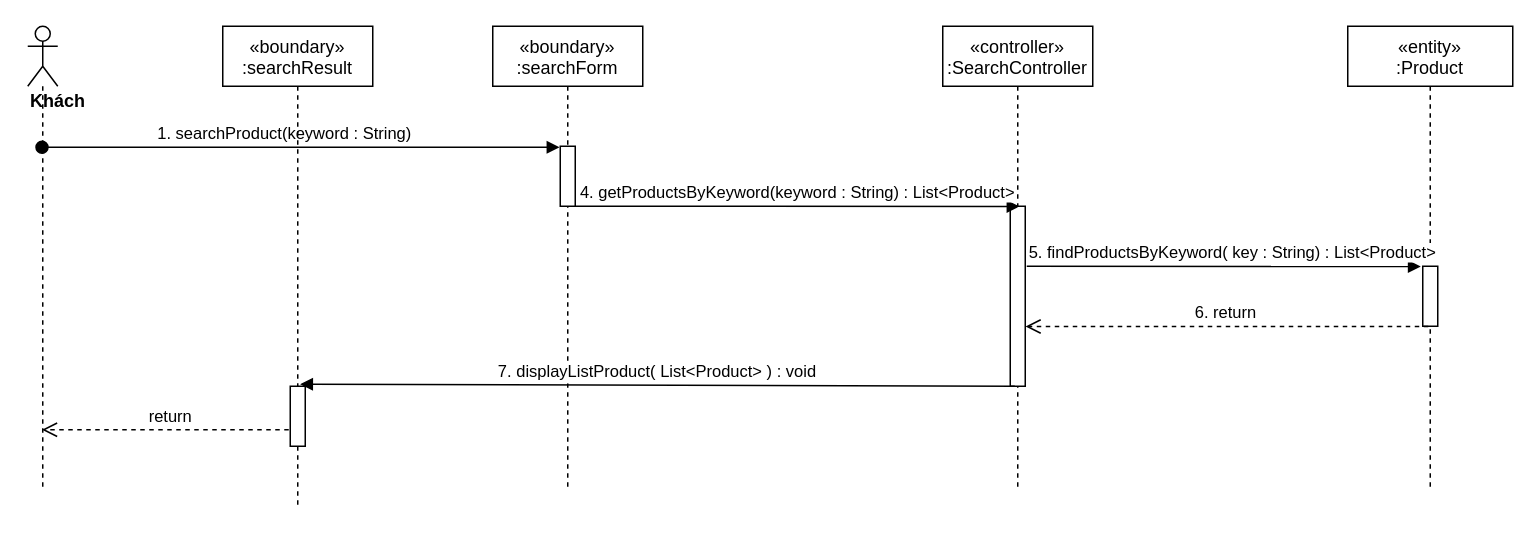
nguyenphamvan/datn_20202 keeps this draw.io diagram as sequence diagram/search-product-sequence.drawio. Above is the earlier version. Source tidied: cells renumbered, new cells numbered last; positions are measured from the earlier drawing's top-left corner, leaving out a move shared by most shapes. Both pictures are drawn from the tidied source at 150%, with x=0, y=0 at pixel (27, 26).
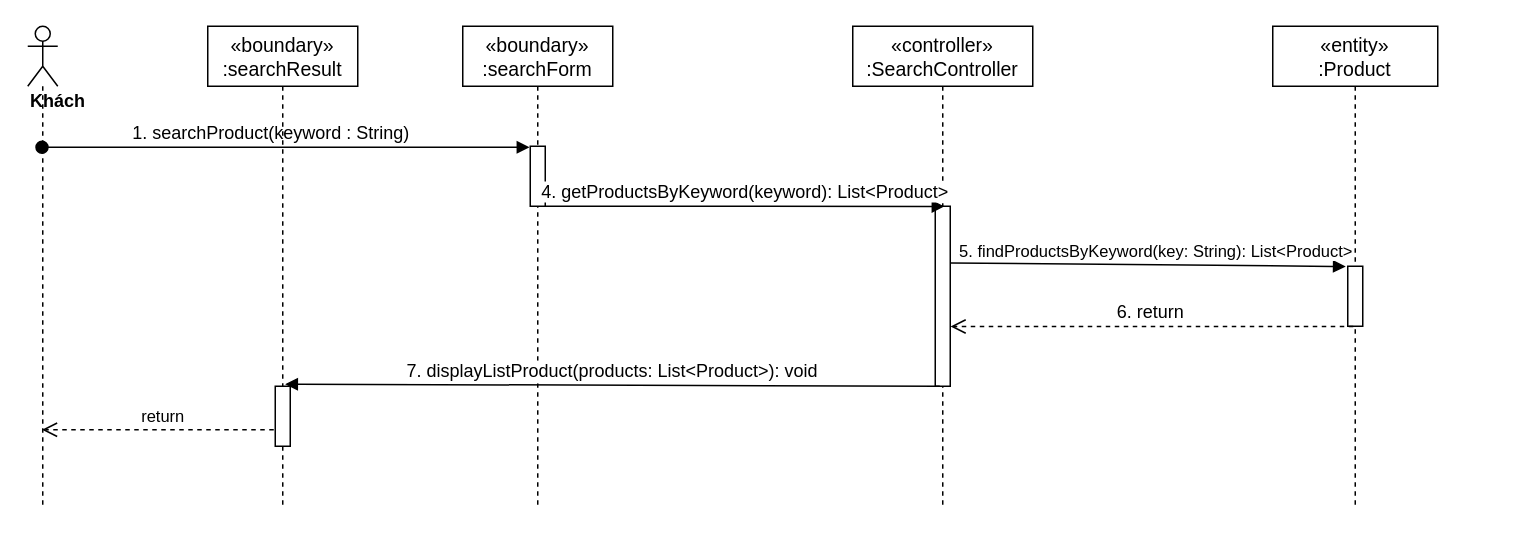
After the change.

The edit, as a diff of the source:
```diff
@@
 <mxGraphModel>
   <root>
     <mxCell id="0" />
     <mxCell id="1" parent="0" />
-    <mxCell id="2" value="«boundary»&#10;:searchForm" style="shape=umlLifeline;perimeter=lifelinePerimeter;rounded=0;shadow=0;strokeWidth=1;" parent="1" vertex="1">
-      <mxGeometry x="310" width="100" height="310" as="geometry" />
+    <mxCell id="2" value="«boundary»&#10;:searchForm" style="shape=umlLifeline;perimeter=lifelinePerimeter;rounded=0;shadow=0;strokeWidth=1;fontSize=13;" parent="1" vertex="1">
+      <mxGeometry x="290" width="100" height="320" as="geometry" />
     </mxCell>
     <mxCell id="3" style="points=[];perimeter=orthogonalPerimeter;rounded=0;shadow=0;strokeWidth=1;" parent="2" vertex="1">
       <mxGeometry x="45" y="80" width="10" height="40" as="geometry" />
     </mxCell>
-    <mxCell id="4" value="«controller»&#10;:SearchController" style="shape=umlLifeline;perimeter=lifelinePerimeter;rounded=0;shadow=0;strokeWidth=1;" parent="1" vertex="1">
-      <mxGeometry x="610" width="100" height="310" as="geometry" />
+    <mxCell id="4" value="«controller»&#10;:SearchController" style="shape=umlLifeline;perimeter=lifelinePerimeter;rounded=0;shadow=0;strokeWidth=1;fontSize=13;" parent="1" vertex="1">
+      <mxGeometry x="550" width="120" height="320" as="geometry" />
     </mxCell>
     <mxCell id="5" style="points=[];perimeter=orthogonalPerimeter;rounded=0;shadow=0;strokeWidth=1;" parent="4" vertex="1">
-      <mxGeometry x="45" y="120" width="10" height="120" as="geometry" />
+      <mxGeometry x="55" y="120" width="10" height="120" as="geometry" />
     </mxCell>
     <mxCell id="6" value="&lt;div&gt;&lt;b&gt;Khách&lt;/b&gt;&lt;/div&gt;" style="shape=umlLifeline;participant=umlActor;perimeter=lifelinePerimeter;whiteSpace=wrap;html=1;verticalAlign=top;spacingTop=36;outlineConnect=0;align=left;" parent="1" vertex="1">
-      <mxGeometry width="20" height="310" as="geometry" />
+      <mxGeometry width="20" height="320" as="geometry" />
     </mxCell>
-    <mxCell id="7" value="1. searchProduct(keyword : String)" style="verticalAlign=bottom;startArrow=oval;endArrow=block;startSize=8;shadow=0;strokeWidth=1;entryX=-0.05;entryY=0.018;entryDx=0;entryDy=0;entryPerimeter=0;" parent="1" edge="1" source="6" target="3">
+    <mxCell id="7" value="1. searchProduct(keyword : String)" style="verticalAlign=bottom;startArrow=oval;endArrow=block;startSize=8;shadow=0;strokeWidth=1;entryX=-0.05;entryY=0.018;entryDx=0;entryDy=0;entryPerimeter=0;fontSize=12;" parent="1" edge="1" source="6" target="3">
       <mxGeometry x="-0.06" relative="1" as="geometry" />
     </mxCell>
-    <mxCell id="8" value="4. getProductsByKeyword(keyword : String) : List&amp;lt;Product&amp;gt;" style="html=1;verticalAlign=bottom;endArrow=block;entryX=0.617;entryY=0.001;entryDx=0;entryDy=0;entryPerimeter=0;" parent="1" edge="1" source="3" target="5">
+    <mxCell id="8" value="&lt;font style=&quot;font-size: 12px&quot;&gt;4. getProductsByKeyword(keyword): List&amp;lt;Product&amp;gt;&lt;/font&gt;" style="html=1;verticalAlign=bottom;endArrow=block;entryX=0.617;entryY=0.001;entryDx=0;entryDy=0;entryPerimeter=0;" parent="1" edge="1" source="3" target="5">
       <mxGeometry relative="1" as="geometry" />
     </mxCell>
-    <mxCell id="9" value="«entity»&#10;:Product" style="shape=umlLifeline;perimeter=lifelinePerimeter;rounded=0;shadow=0;strokeWidth=1;" parent="1" vertex="1">
-      <mxGeometry x="880" width="110" height="310" as="geometry" />
+    <mxCell id="9" value="«entity»&#10;:Product" style="shape=umlLifeline;perimeter=lifelinePerimeter;rounded=0;shadow=0;strokeWidth=1;fontSize=13;" parent="1" vertex="1">
+      <mxGeometry x="830" width="110" height="320" as="geometry" />
     </mxCell>
     <mxCell id="10" style="points=[];perimeter=orthogonalPerimeter;rounded=0;shadow=0;strokeWidth=1;" parent="9" vertex="1">
       <mxGeometry x="50" y="160" width="10" height="40" as="geometry" />
     </mxCell>
-    <mxCell id="11" value="5. findProductsByKeyword( key : String) : List&amp;lt;Product&amp;gt;" style="html=1;verticalAlign=bottom;endArrow=block;entryX=-0.133;entryY=0.004;entryDx=0;entryDy=0;entryPerimeter=0;" parent="1" edge="1" target="10">
-      <mxGeometry x="0.04" relative="1" as="geometry">
-        <mxPoint x="666" y="160" as="sourcePoint" />
-      </mxGeometry>
+    <mxCell id="11" value="5. findProductsByKeyword(key: String): List&amp;lt;Product&amp;gt;" style="html=1;verticalAlign=bottom;endArrow=block;entryX=-0.133;entryY=0.004;entryDx=0;entryDy=0;entryPerimeter=0;exitX=1.02;exitY=0.315;exitDx=0;exitDy=0;exitPerimeter=0;" parent="1" edge="1" source="5" target="10">
+      <mxGeometry x="0.04" relative="1" as="geometry" />
     </mxCell>
-    <mxCell id="12" value="6. return&amp;nbsp;" style="html=1;verticalAlign=bottom;endArrow=open;dashed=1;endSize=8;exitX=0.367;exitY=1.006;exitDx=0;exitDy=0;exitPerimeter=0;entryX=1.02;entryY=0.668;entryDx=0;entryDy=0;entryPerimeter=0;" parent="1" edge="1" source="10" target="5">
+    <mxCell id="12" value="&lt;font style=&quot;font-size: 12px&quot;&gt;6. return&amp;nbsp;&lt;/font&gt;" style="html=1;verticalAlign=bottom;endArrow=open;dashed=1;endSize=8;exitX=0.367;exitY=1.006;exitDx=0;exitDy=0;exitPerimeter=0;entryX=1.02;entryY=0.668;entryDx=0;entryDy=0;entryPerimeter=0;" parent="1" edge="1" source="10" target="5">
       <mxGeometry relative="1" as="geometry" />
     </mxCell>
-    <mxCell id="13" value="7. displayListProduct( List&lt;Product&gt; ) : void" style="verticalAlign=bottom;endArrow=block;shadow=0;strokeWidth=1;exitX=0.3;exitY=1;exitDx=0;exitDy=0;exitPerimeter=0;entryX=0.66;entryY=-0.035;entryDx=0;entryDy=0;entryPerimeter=0;" parent="1" edge="1" source="5" target="16">
+    <mxCell id="13" value="7. displayListProduct(products: List&lt;Product&gt;): void" style="verticalAlign=bottom;endArrow=block;shadow=0;strokeWidth=1;exitX=0.3;exitY=1;exitDx=0;exitDy=0;exitPerimeter=0;entryX=0.66;entryY=-0.035;entryDx=0;entryDy=0;entryPerimeter=0;fontSize=12;" parent="1" edge="1" source="5" target="16">
       <mxGeometry relative="1" as="geometry" />
     </mxCell>
-    <mxCell id="14" value="«boundary»&#10;:searchResult" style="shape=umlLifeline;perimeter=lifelinePerimeter;rounded=0;shadow=0;strokeWidth=1;" parent="1" vertex="1">
-      <mxGeometry x="130" width="100" height="320" as="geometry" />
+    <mxCell id="14" value="«boundary»&#10;:searchResult" style="shape=umlLifeline;perimeter=lifelinePerimeter;rounded=0;shadow=0;strokeWidth=1;fontSize=13;" parent="1" vertex="1">
+      <mxGeometry x="120" width="100" height="320" as="geometry" />
     </mxCell>
     <mxCell id="15" value="return" style="html=1;verticalAlign=bottom;endArrow=open;dashed=1;endSize=8;exitX=0.5;exitY=0.725;exitDx=0;exitDy=0;exitPerimeter=0;" parent="1" edge="1" source="16" target="6">
       <mxGeometry relative="1" as="geometry" />
     </mxCell>
     <mxCell id="16" style="html=1;points=[];perimeter=orthogonalPerimeter;" parent="1" vertex="1">
-      <mxGeometry x="175" y="240" width="10" height="40" as="geometry" />
+      <mxGeometry x="165" y="240" width="10" height="40" as="geometry" />
     </mxCell>
   </root>
 </mxGraphModel>
```
